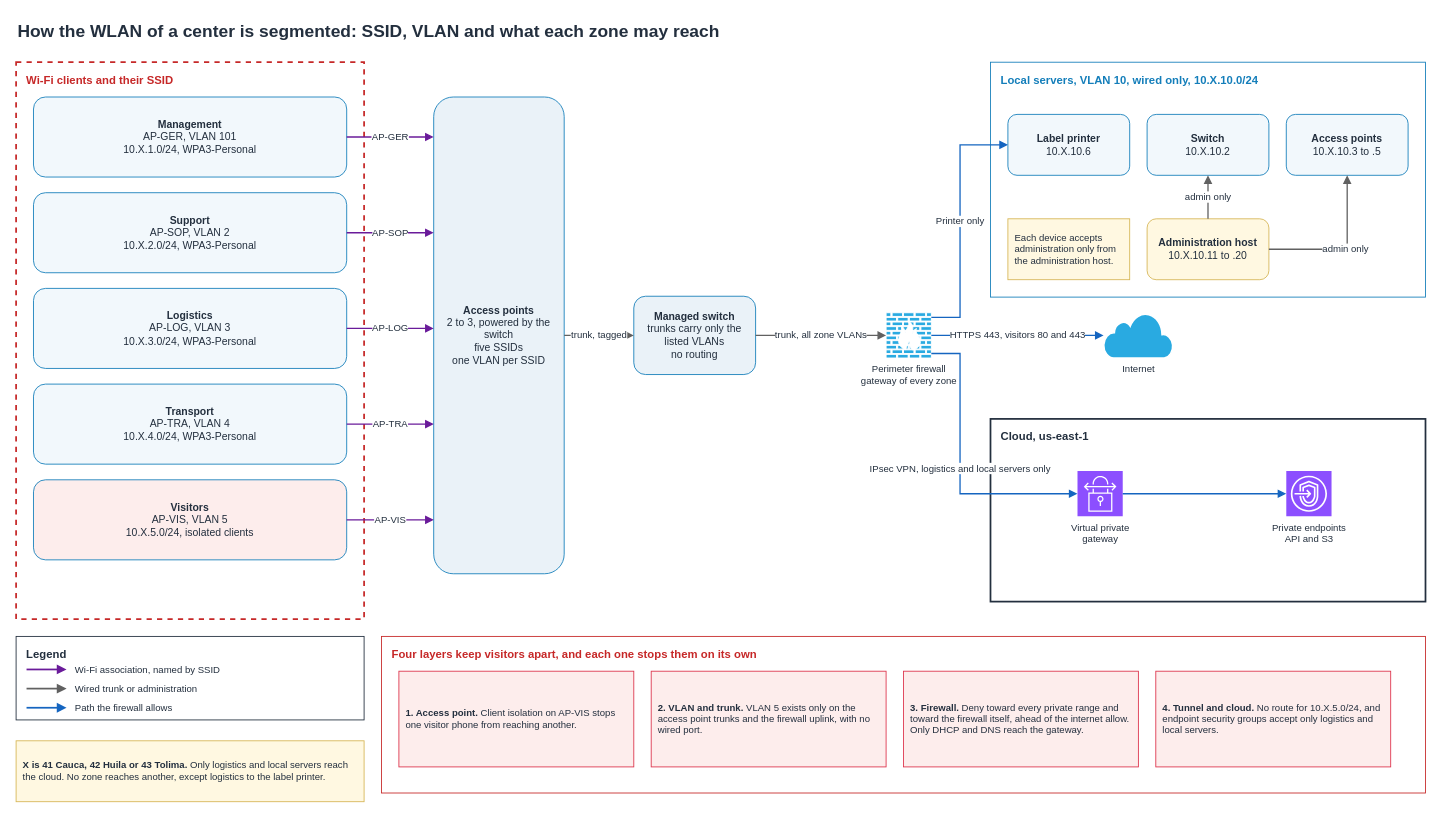
Before: page "09 Center WLAN" (10 of 10) of docs/architecture/diagrams/platform-architecture.drawio in aromapacifico-devops/aromapacifico-devops-docs, a draw.io diagram. Source tidied: cells renumbered, new cells numbered last; positions are measured from the earlier drawing's top-left corner, leaving out a move shared by most shapes. Both pictures are drawn from the tidied source at 87%, with x=0, y=0 at pixel (16, 15).
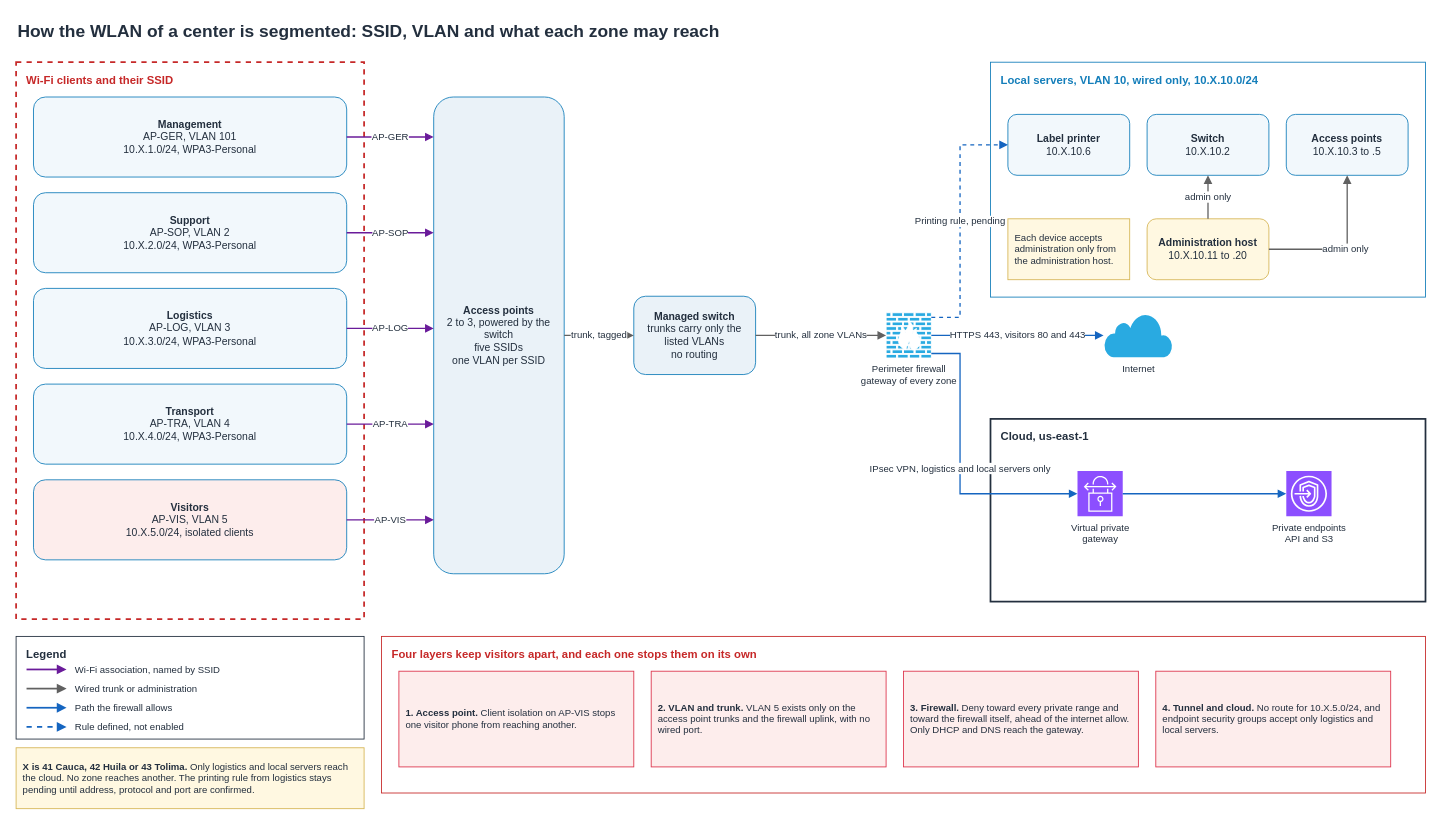
The same diagram, later.

Commit message (it also covers changes not shown here):
docs(network): keep the printing rule pending and separate VLANs from SSIDs

The change refers to these unchanged cells:
```xml
<mxCell id="11" value="Perimeter firewall&lt;br&gt;gateway of every zone" style="sketch=0;html=1;shape=mxgraph.networks.firewall;fillColor=#29AAE1;strokeColor=#ffffff;verticalLabelPosition=bottom;verticalAlign=top;align=center;fontSize=11;fontColor=#232F3E;" parent="1" vertex="1">
  <mxGeometry x="1000" y="342" width="52" height="52" as="geometry" />
</mxCell>
<mxCell id="13" value="&lt;b&gt;Label printer&lt;/b&gt;&lt;br&gt;10.X.10.6" style="rounded=1;whiteSpace=wrap;html=1;fillColor=#F2F8FC;strokeColor=#147EBA;align=center;verticalAlign=middle;fontSize=12;fontColor=#232F3E;" parent="1" vertex="1">
  <mxGeometry x="1140" y="114" width="140" height="70" as="geometry" />
</mxCell>
```

Diff of the diagram source:
```diff
@@
     <mxCell id="27" value="Legend" style="rounded=0;whiteSpace=wrap;html=1;fillColor=#FFFFFF;strokeColor=#232F3E;strokeWidth=1;dashed=0;verticalAlign=top;align=left;spacingLeft=10;spacingRight=10;spacingTop=6;fontSize=13;fontStyle=1;fontColor=#232F3E;" parent="1" vertex="1">
-      <mxGeometry y="714" width="400" height="96" as="geometry" />
+      <mxGeometry y="714" width="400" height="118" as="geometry" />
     </mxCell>
@@
-    <mxCell id="31" value="&lt;b&gt;X is 41 Cauca, 42 Huila or 43 Tolima.&lt;/b&gt; Only logistics and local servers reach the cloud. No zone reaches another, except logistics to the label printer." style="rounded=0;whiteSpace=wrap;html=1;fillColor=#FFF8E1;strokeColor=#D6B656;align=left;verticalAlign=middle;spacingLeft=6;spacingRight=6;fontSize=11;fontColor=#232F3E;" parent="1" vertex="1">
-      <mxGeometry y="834" width="400" height="70" as="geometry" />
-    </mxCell>
+    <mxCell id="48" value="Rule defined, not enabled" style="text;html=1;whiteSpace=wrap;strokeColor=none;fillColor=none;align=left;verticalAlign=middle;fontSize=11;fontColor=#232F3E;fontStyle=0;" parent="1" vertex="1">
+      <mxGeometry x="66" y="808" width="326" height="20" as="geometry" />
+    </mxCell>
+    <mxCell id="49" value="&lt;b&gt;X is 41 Cauca, 42 Huila or 43 Tolima.&lt;/b&gt; Only logistics and local servers reach the cloud. No zone reaches another. The printing rule from logistics stays pending until address, protocol and port are confirmed." style="rounded=0;whiteSpace=wrap;html=1;fillColor=#FFF8E1;strokeColor=#D6B656;align=left;verticalAlign=middle;spacingLeft=6;spacingRight=6;fontSize=11;fontColor=#232F3E;" parent="1" vertex="1">
+      <mxGeometry y="842" width="400" height="70" as="geometry" />
+    </mxCell>
@@
-    <mxCell id="41" value="Printer only" style="edgeStyle=orthogonalEdgeStyle;rounded=0;html=1;strokeColor=#1565C0;strokeWidth=1.5;dashed=0;endArrow=block;endFill=1;fontSize=11;fontColor=#232F3E;labelBackgroundColor=#FFFFFF;jumpStyle=arc;jumpSize=10;exitX=1;exitY=0.1;exitDx=0;exitDy=0;entryX=0;entryY=0.5;entryDx=0;entryDy=0;" parent="1" edge="1" source="11" target="13">
+    <mxCell id="41" value="Printing rule, pending" style="edgeStyle=orthogonalEdgeStyle;rounded=0;html=1;strokeColor=#1565C0;strokeWidth=1.5;dashed=1;endArrow=block;endFill=1;fontSize=11;fontColor=#232F3E;labelBackgroundColor=#FFFFFF;jumpStyle=arc;jumpSize=10;exitX=1;exitY=0.1;exitDx=0;exitDy=0;entryX=0;entryY=0.5;entryDx=0;entryDy=0;" parent="1" edge="1" source="11" target="13">
       <mxGeometry relative="1" as="geometry">
         <Array as="points">
           <mxPoint x="1085" y="347" />
           <mxPoint x="1085" y="149" />
         </Array>
       </mxGeometry>
     </mxCell>
@@
+    <mxCell id="31" style="endArrow=block;endFill=1;html=1;strokeColor=#1565C0;strokeWidth=2;dashed=1;" parent="1" edge="1">
+      <mxGeometry relative="1" as="geometry">
+        <mxPoint x="12" y="818" as="sourcePoint" />
+        <mxPoint x="58" y="818" as="targetPoint" />
+      </mxGeometry>
+    </mxCell>
```
